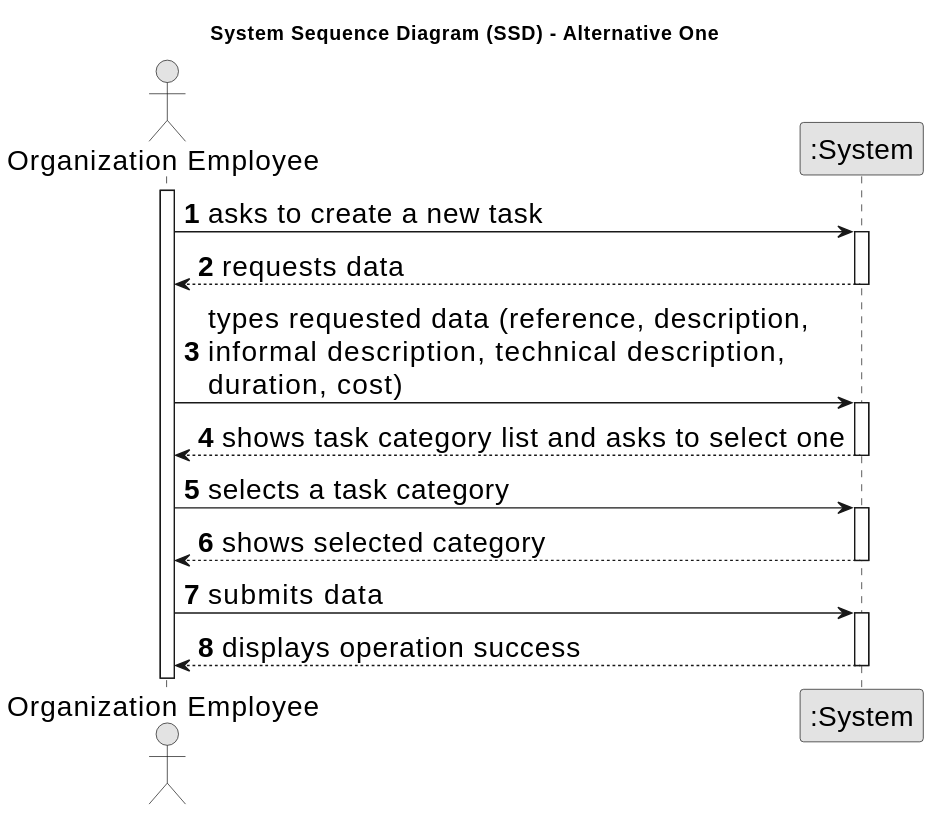
Above: docs/sprintA/us001/01.requirements-engineering/svg/us001-system-sequence-diagram-alternative-one.svg in Goncalves2525/real-estate-management-system (PlantUML), before the change. The source it was exported from:
```plantuml
@startuml
skinparamlocked defaultFontSize 20
skinparam monochrome true
skinparam packageStyle rectangle
skinparam shadowing false

title System Sequence Diagram (SSD) - Alternative One

autonumber

actor "Organization Employee" as Employee
participant ":System" as System

activate Employee

    Employee -> System : asks to create a new task
    activate System

        System --> Employee : requests data
    deactivate System

    Employee -> System : types requested data (reference, description, \ninformal description, technical description,\nduration, cost)
    activate System

        System --> Employee : shows task category list and asks to select one
    deactivate System

    Employee -> System : selects a task category
    activate System

        System --> Employee : shows selected category
    deactivate System

    Employee -> System : submits data
    activate System

        System --> Employee : displays operation success
    deactivate System
@enduml
```
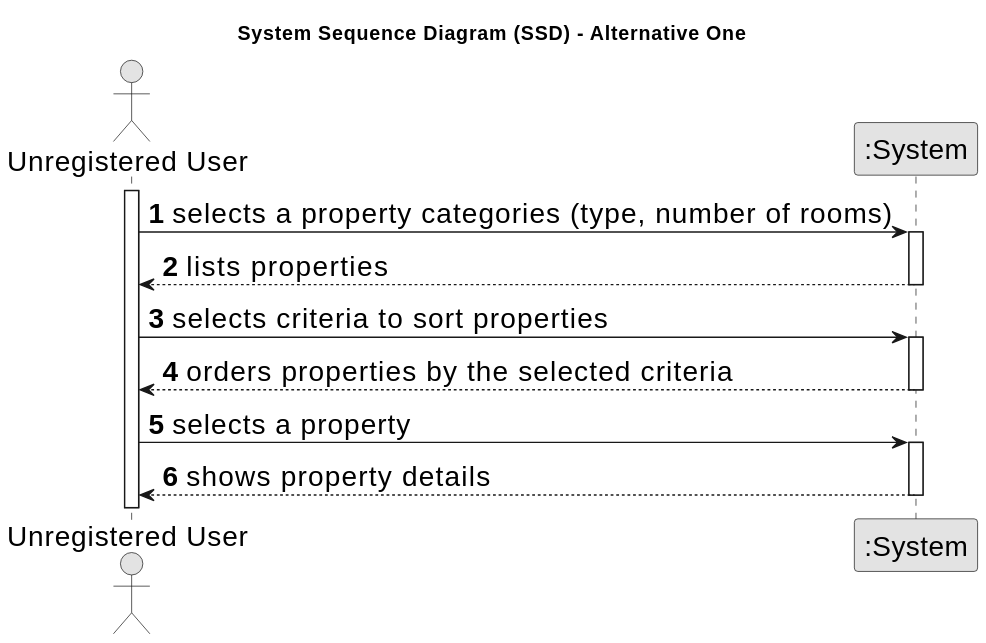
Later version of the same file.

Commit message:
-Finished User story 1 text (for now) -Created 2 SSD's -Used script in the top folder directory

The edit, as a diff of the source:
```diff
@@ -8,32 +8,26 @@
 
 autonumber
 
-actor "Organization Employee" as Employee
+actor "Unregistered User" as User
 participant ":System" as System
 
-activate Employee
+activate User
 
-    Employee -> System : asks to create a new task
+    User -> System : selects a property categories (type, number of rooms)
     activate System
 
-        System --> Employee : requests data
+        System --> User : lists properties
     deactivate System
 
-    Employee -> System : types requested data (reference, description, \ninformal description, technical description,\nduration, cost)
+    User -> System : selects criteria to sort properties
     activate System
 
-        System --> Employee : shows task category list and asks to select one
+        System --> User : orders properties by the selected criteria
     deactivate System
 
-    Employee -> System : selects a task category
+    User -> System : selects a property
     activate System
 
-        System --> Employee : shows selected category
-    deactivate System
-
-    Employee -> System : submits data
-    activate System
-
-        System --> Employee : displays operation success
+        System --> User : shows property details
     deactivate System
 @enduml
```
